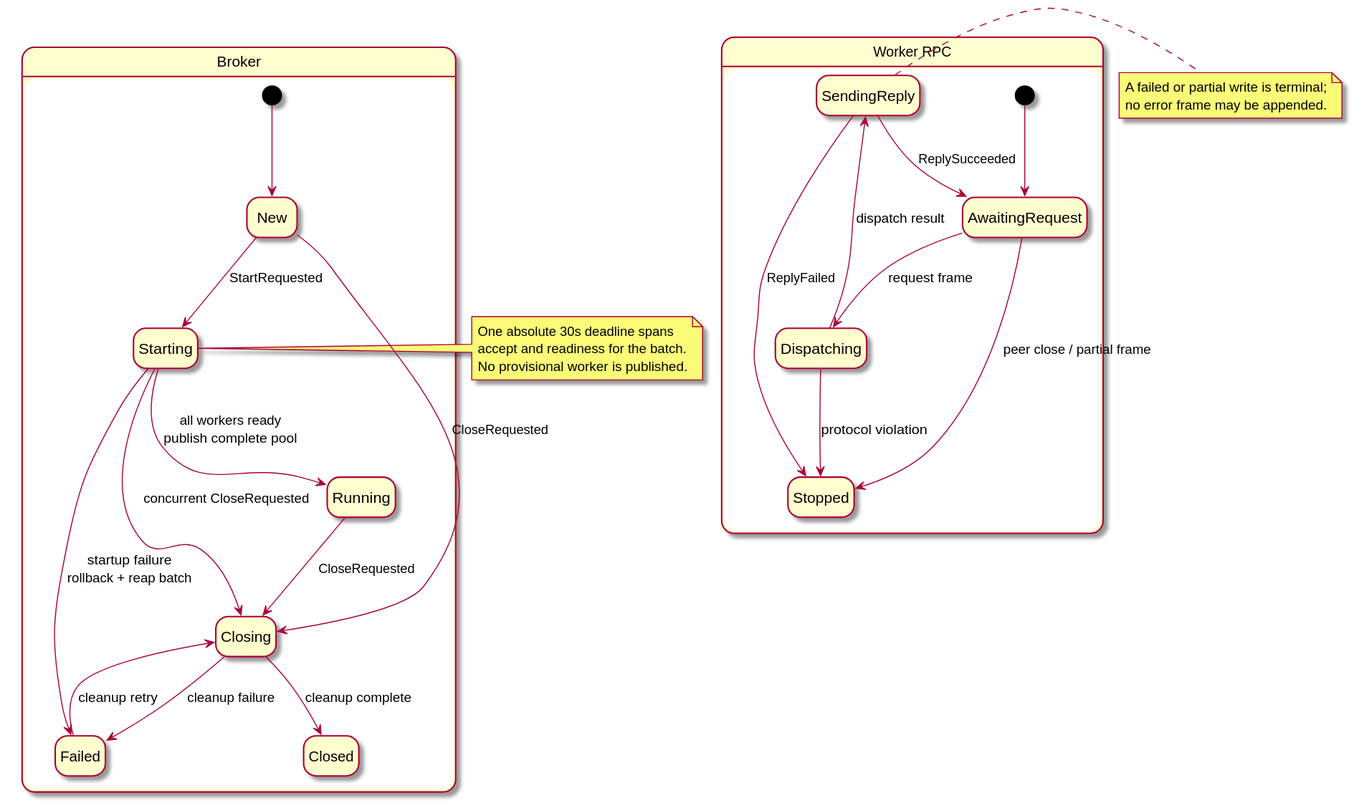
Before: docs/diagrams/portal_lifecycle.svg, a diagram exported from PlantUML (Pilleo/mazewall). The source it was exported from:
```plantuml
@startuml portal_lifecycle
hide empty description

state "Broker" as broker {
  [*] --> New
  New --> Starting : StartRequested
  Starting --> Running : all workers ready\npublish complete pool
  Starting --> Failed : startup failure\nrollback + reap batch
  Running --> Closing : CloseRequested
  Starting --> Closing : concurrent CloseRequested
  New --> Closing : CloseRequested
  Failed --> Closing : cleanup retry
  Closing --> Closed : cleanup complete
  Closing --> Failed : cleanup failure
}

state "Worker RPC" as worker {
  [*] --> AwaitingRequest
  AwaitingRequest --> Dispatching : request frame
  Dispatching --> SendingReply : dispatch result
  SendingReply --> AwaitingRequest : ReplySucceeded
  SendingReply --> Stopped : ReplyFailed
  AwaitingRequest --> Stopped : peer close / partial frame
  Dispatching --> Stopped : protocol violation
}

note right of Starting
  One absolute 30s deadline spans
  accept and readiness for the batch.
  No provisional worker is published.
end note

note right of SendingReply
  A failed or partial write is terminal;
  no error frame may be appended.
end note
@enduml
```
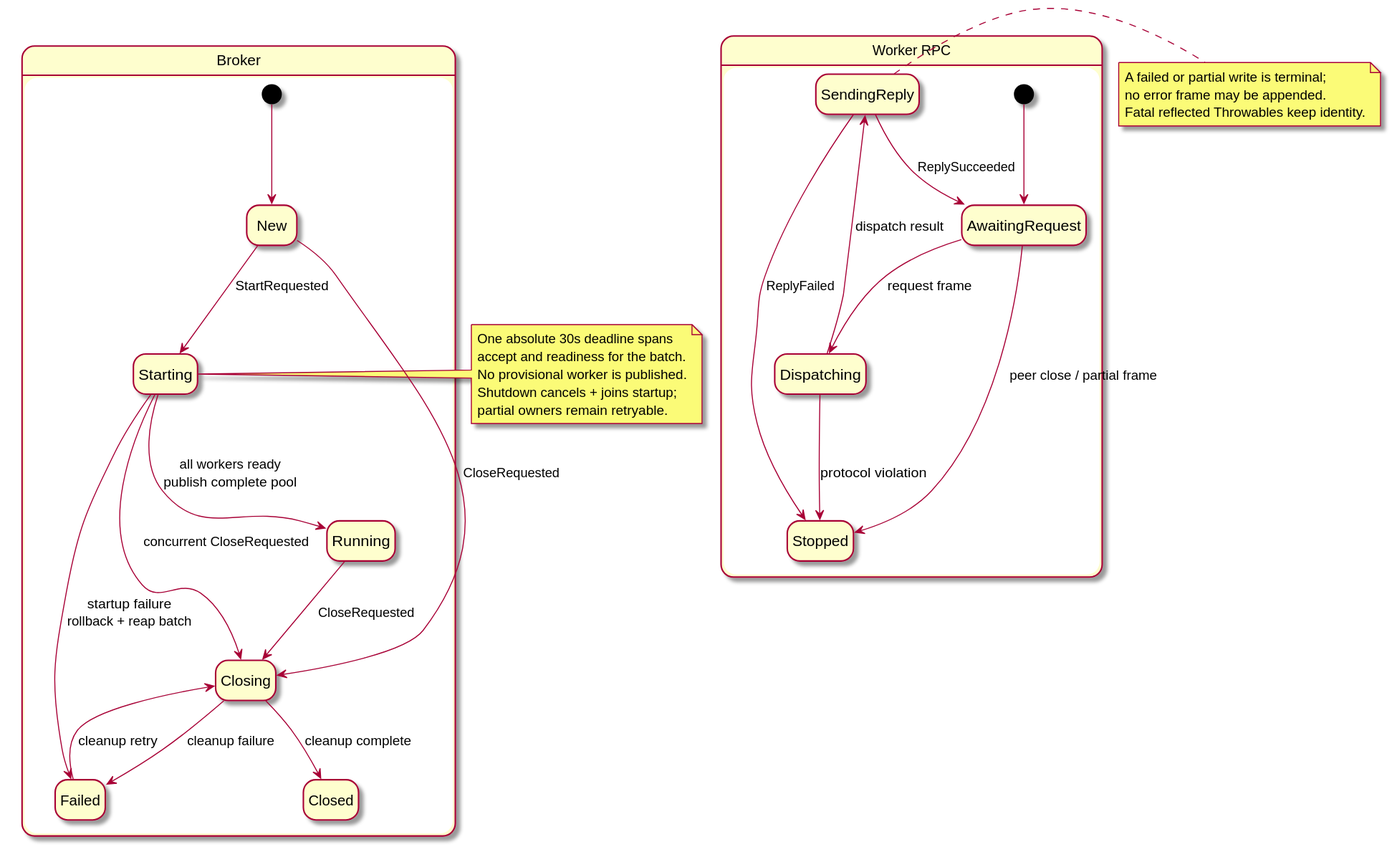
After the change.

What changed in the source:
```diff
@@ -28,10 +28,13 @@
   One absolute 30s deadline spans
   accept and readiness for the batch.
   No provisional worker is published.
+  Shutdown cancels + joins startup;
+  partial owners remain retryable.
 end note
 
 note right of SendingReply
   A failed or partial write is terminal;
   no error frame may be appended.
+  Fatal reflected Throwables keep identity.
 end note
 @enduml
```
